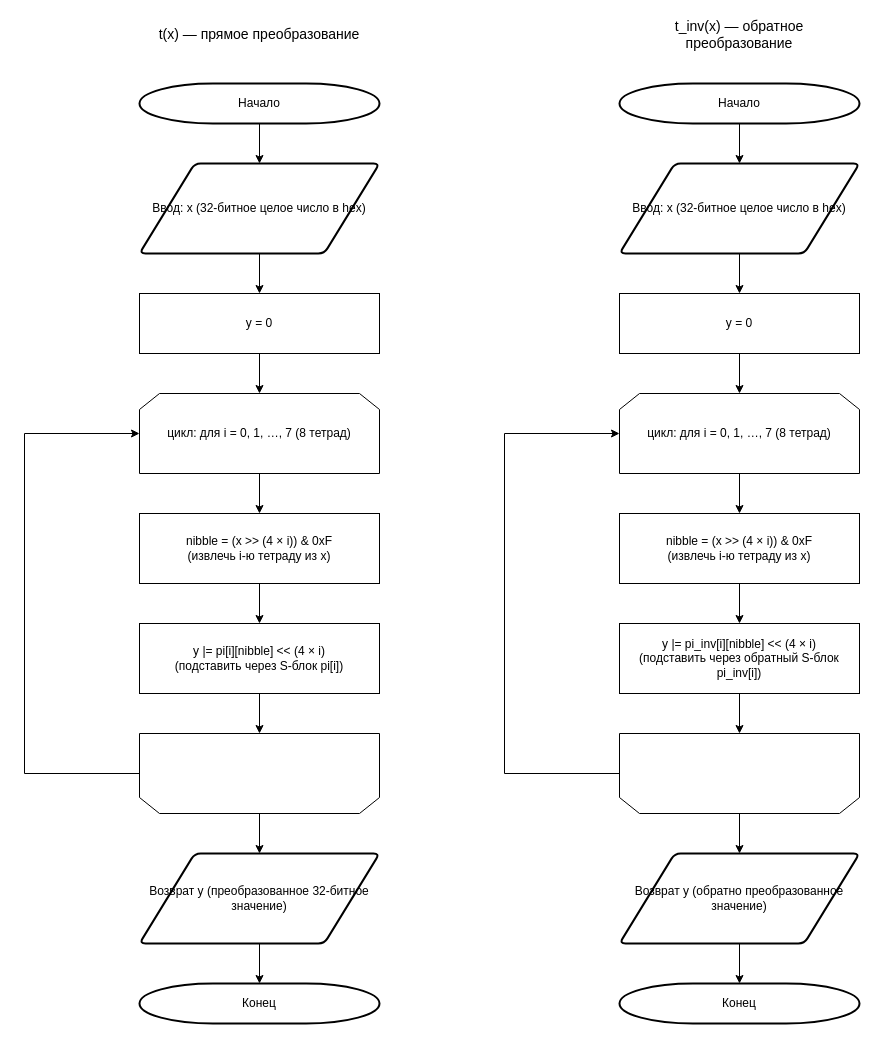
Earlier version of the draw.io diagram sblock_diagram.drawio (Laincetta/mospolytech-cryptography). Source tidied: cells renumbered, new cells numbered last; positions are measured from the earlier drawing's top-left corner, leaving out a move shared by most shapes. Both pictures are drawn from the tidied source at 100%, with x=0, y=0 at pixel (24, 24).
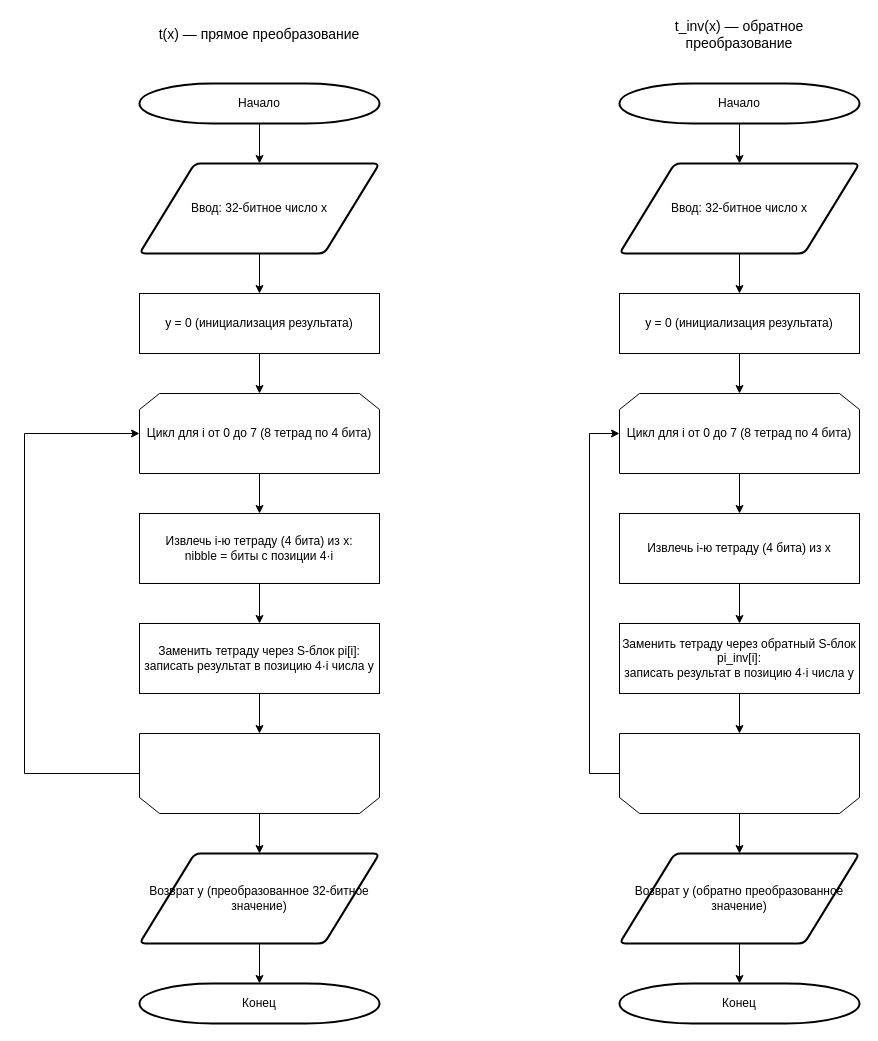
After the change.

Unchanged cells that the change refers to:
```xml
<mxCell id="30" style="text;html=1;whiteSpace=wrap;strokeColor=none;fillColor=none;opacity=0;" parent="1" vertex="1">
  <mxGeometry x="595" y="709" width="240" height="80" as="geometry" />
</mxCell>
```

What changed in the source:
```diff
@@
-    <mxCell id="4" value="Ввод: x (32-битное целое число в hex)" style="shape=parallelogram;html=1;strokeWidth=2;perimeter=parallelogramPerimeter;whiteSpace=wrap;rounded=1;arcSize=12;size=0.23;" parent="1" vertex="1">
+    <mxCell id="4" value="Ввод: 32-битное число x" style="shape=parallelogram;html=1;strokeWidth=2;perimeter=parallelogramPerimeter;whiteSpace=wrap;rounded=1;arcSize=12;size=0.23;" parent="1" vertex="1">
       <mxGeometry x="115" y="139" width="240" height="90" as="geometry" />
     </mxCell>
-    <mxCell id="5" value="y = 0" style="rounded=0;whiteSpace=wrap;html=1;" parent="1" vertex="1">
+    <mxCell id="5" value="y = 0 (инициализация результата)" style="rounded=0;whiteSpace=wrap;html=1;" parent="1" vertex="1">
       <mxGeometry x="115" y="269" width="240" height="60" as="geometry" />
     </mxCell>
-    <mxCell id="6" value="цикл: для i = 0, 1, …, 7 (8 тетрад)" style="shape=loopLimit;whiteSpace=wrap;html=1;" parent="1" vertex="1">
+    <mxCell id="6" value="Цикл для i от 0 до 7 (8 тетрад по 4 бита)" style="shape=loopLimit;whiteSpace=wrap;html=1;" parent="1" vertex="1">
       <mxGeometry x="115" y="369" width="240" height="80" as="geometry" />
     </mxCell>
-    <mxCell id="7" value="nibble = (x &gt;&gt; (4 × i)) &amp; 0xF&#10;(извлечь i-ю тетраду из x)" style="rounded=0;whiteSpace=wrap;html=1;" parent="1" vertex="1">
+    <mxCell id="7" value="Извлечь i-ю тетраду (4 бита) из x:&#10;nibble = биты с позиции 4·i" style="rounded=0;whiteSpace=wrap;html=1;" parent="1" vertex="1">
       <mxGeometry x="115" y="489" width="240" height="70" as="geometry" />
     </mxCell>
-    <mxCell id="8" value="y |= pi[i][nibble] &lt;&lt; (4 × i)&#10;(подставить через S-блок pi[i])" style="rounded=0;whiteSpace=wrap;html=1;" parent="1" vertex="1">
+    <mxCell id="8" value="Заменить тетраду через S-блок pi[i]:&#10;записать результат в позицию 4·i числа y" style="rounded=0;whiteSpace=wrap;html=1;" parent="1" vertex="1">
       <mxGeometry x="115" y="599" width="240" height="70" as="geometry" />
     </mxCell>
@@
-    <mxCell id="24" value="Ввод: x (32-битное целое число в hex)" style="shape=parallelogram;html=1;strokeWidth=2;perimeter=parallelogramPerimeter;whiteSpace=wrap;rounded=1;arcSize=12;size=0.23;" parent="1" vertex="1">
+    <mxCell id="24" value="Ввод: 32-битное число x" style="shape=parallelogram;html=1;strokeWidth=2;perimeter=parallelogramPerimeter;whiteSpace=wrap;rounded=1;arcSize=12;size=0.23;" parent="1" vertex="1">
       <mxGeometry x="595" y="139" width="240" height="90" as="geometry" />
     </mxCell>
-    <mxCell id="25" value="y = 0" style="rounded=0;whiteSpace=wrap;html=1;" parent="1" vertex="1">
+    <mxCell id="25" value="y = 0 (инициализация результата)" style="rounded=0;whiteSpace=wrap;html=1;" parent="1" vertex="1">
       <mxGeometry x="595" y="269" width="240" height="60" as="geometry" />
     </mxCell>
-    <mxCell id="26" value="цикл: для i = 0, 1, …, 7 (8 тетрад)" style="shape=loopLimit;whiteSpace=wrap;html=1;" parent="1" vertex="1">
+    <mxCell id="26" value="Цикл для i от 0 до 7 (8 тетрад по 4 бита)" style="shape=loopLimit;whiteSpace=wrap;html=1;" parent="1" vertex="1">
       <mxGeometry x="595" y="369" width="240" height="80" as="geometry" />
     </mxCell>
-    <mxCell id="27" value="nibble = (x &gt;&gt; (4 × i)) &amp; 0xF&#10;(извлечь i-ю тетраду из x)" style="rounded=0;whiteSpace=wrap;html=1;" parent="1" vertex="1">
+    <mxCell id="27" value="Извлечь i-ю тетраду (4 бита) из x" style="rounded=0;whiteSpace=wrap;html=1;" parent="1" vertex="1">
       <mxGeometry x="595" y="489" width="240" height="70" as="geometry" />
     </mxCell>
-    <mxCell id="28" value="y |= pi_inv[i][nibble] &lt;&lt; (4 × i)&#10;(подставить через обратный S-блок pi_inv[i])" style="rounded=0;whiteSpace=wrap;html=1;" parent="1" vertex="1">
+    <mxCell id="28" value="Заменить тетраду через обратный S-блок pi_inv[i]:&#10;записать результат в позицию 4·i числа y" style="rounded=0;whiteSpace=wrap;html=1;" parent="1" vertex="1">
       <mxGeometry x="595" y="599" width="240" height="70" as="geometry" />
     </mxCell>
@@
     <mxCell id="39" style="edgeStyle=orthogonalEdgeStyle;rounded=0;jettySize=auto;html=1;exitX=0;exitY=0.5;exitDx=0;exitDy=0;entryX=0;entryY=0.5;entryDx=0;entryDy=0;" parent="1" edge="1" source="30" target="26">
       <mxGeometry relative="1" as="geometry">
         <Array as="points">
-          <mxPoint x="480" y="749" />
-          <mxPoint x="480" y="409" />
+          <mxPoint x="565" y="749" />
+          <mxPoint x="565" y="409" />
         </Array>
       </mxGeometry>
     </mxCell>
```
